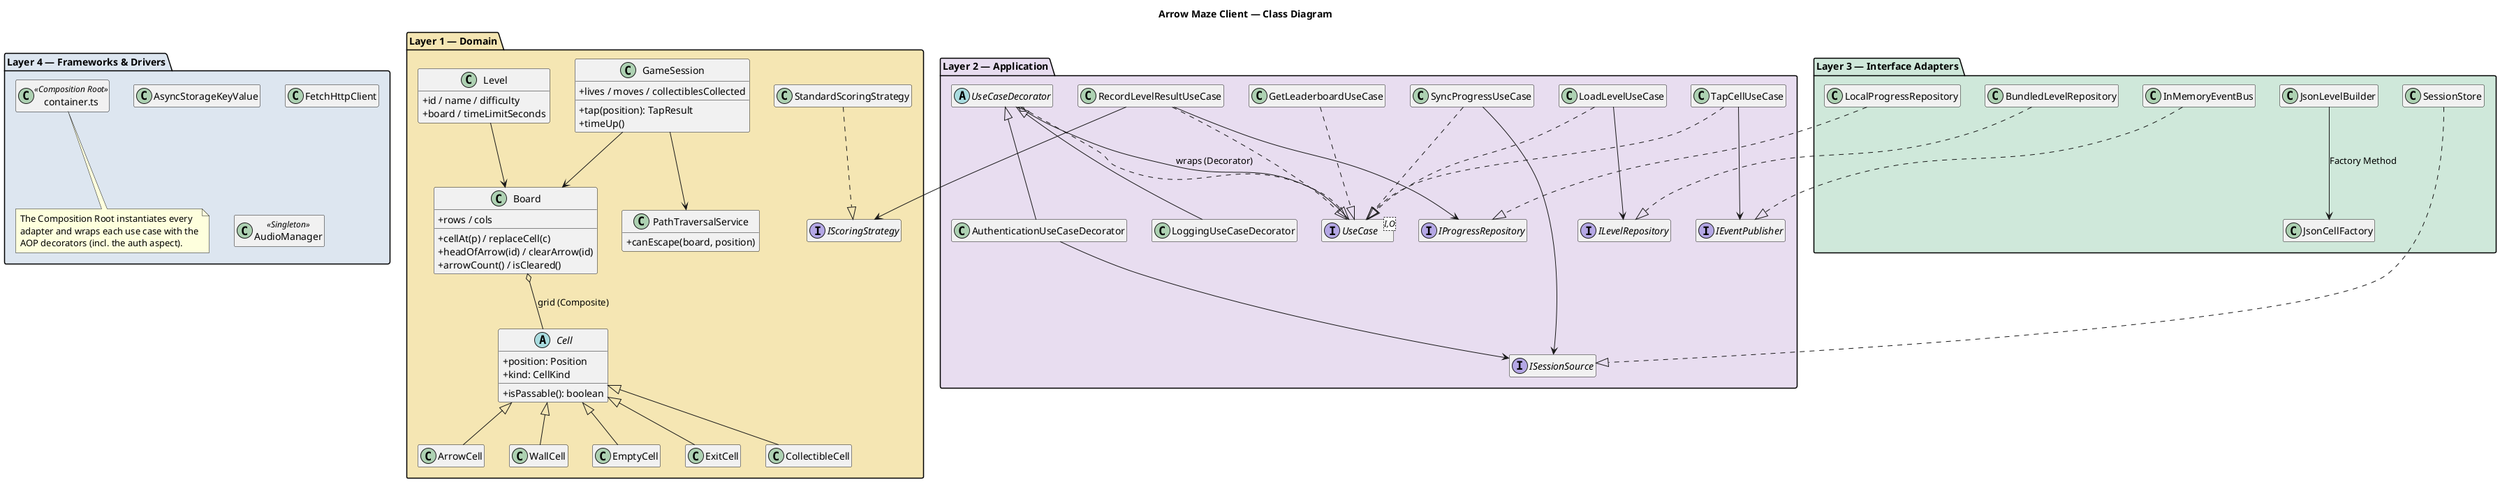
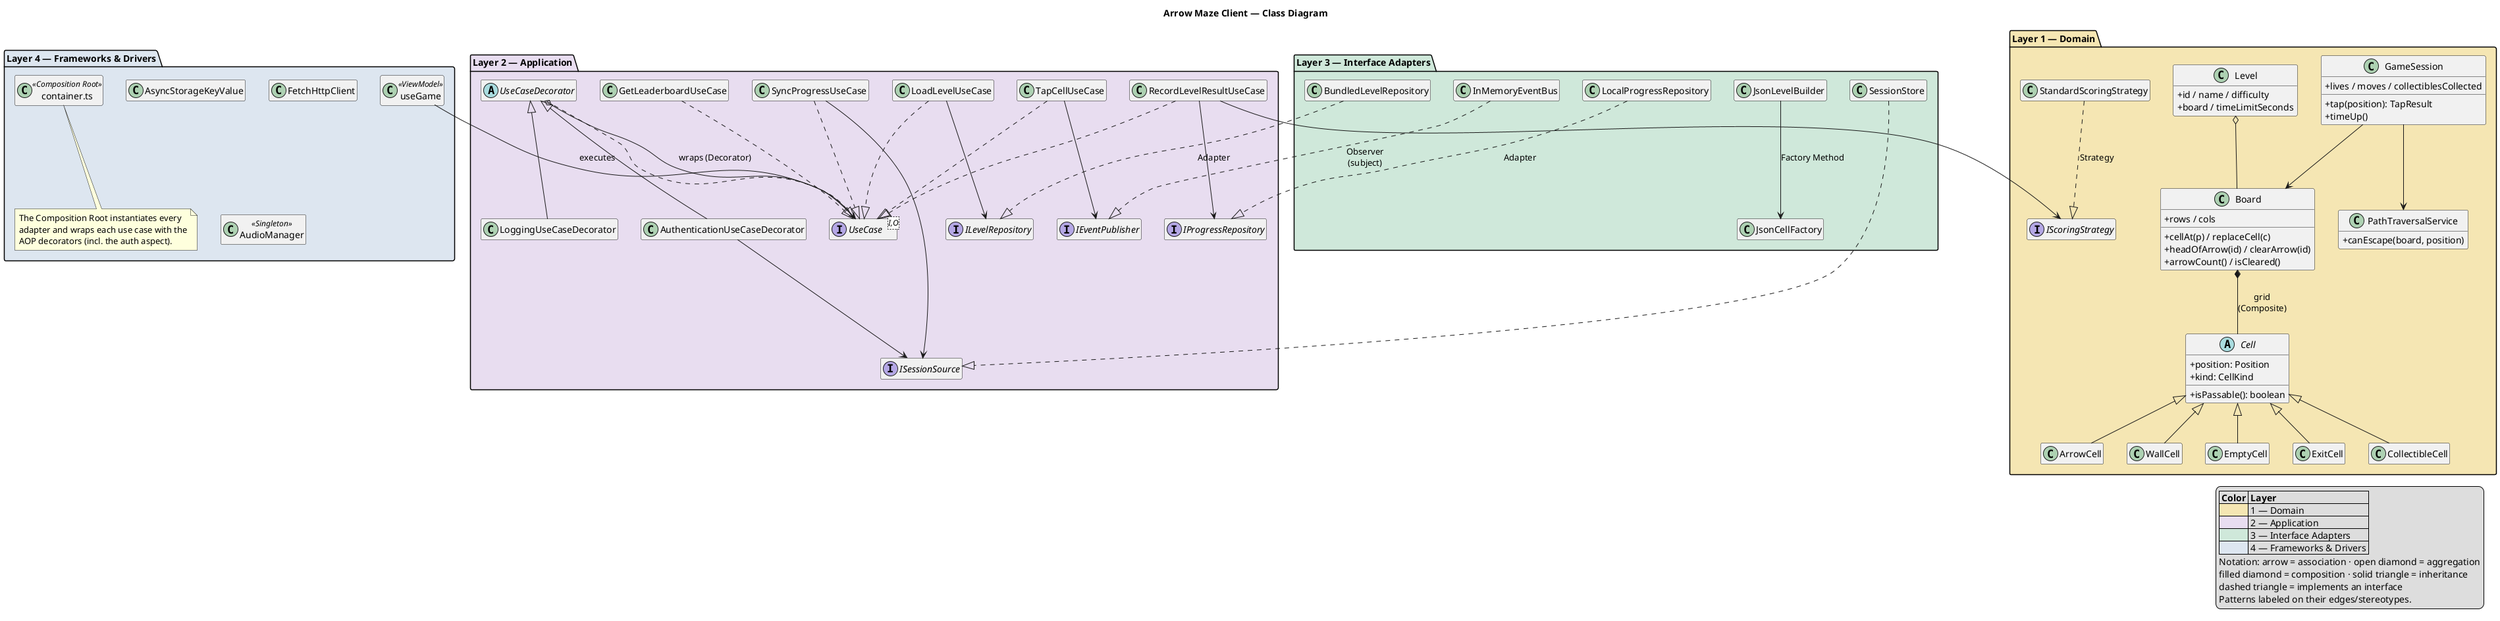
@startuml class-diagram
' Arrow Maze Client — Class diagram (architecture-significant classes)
' Editable source for docs/diagrams/class-diagram.png.
title Arrow Maze Client — Class Diagram

skinparam shadowing false
skinparam classAttributeIconSize 0
hide empty members

package "Layer 1 — Domain" #F5E6B3 {
  abstract class Cell {
    +position: Position
    +kind: CellKind
    +isPassable(): boolean
  }
  Cell <|-- ArrowCell
  Cell <|-- WallCell
  Cell <|-- EmptyCell
  Cell <|-- ExitCell
  Cell <|-- CollectibleCell

  class Board {
    +rows / cols
    +cellAt(p) / replaceCell(c)
    +headOfArrow(id) / clearArrow(id)
    +arrowCount() / isCleared()
  }
  class GameSession {
    +tap(position): TapResult
    +timeUp()
    +lives / moves / collectiblesCollected
  }
  class Level {
    +id / name / difficulty
    +board / timeLimitSeconds
  }
  class PathTraversalService {
    +canEscape(board, position)
  }
  interface IScoringStrategy
  class StandardScoringStrategy

-   Board o-- Cell : grid (Composite)
+   Board *-- Cell : grid\n(Composite)
  GameSession --> Board
  GameSession --> PathTraversalService
-   Level --> Board
-   StandardScoringStrategy ..|> IScoringStrategy
+   Level o-- Board
+   StandardScoringStrategy ..|> IScoringStrategy : Strategy
}

package "Layer 2 — Application" #E8DDF0 {
  interface "UseCase<I,O>" as UseCase
  interface ILevelRepository
  interface IProgressRepository
  interface IEventPublisher
  interface ISessionSource

  class TapCellUseCase
  class LoadLevelUseCase
  class RecordLevelResultUseCase
  class SyncProgressUseCase
  class GetLeaderboardUseCase

  abstract class UseCaseDecorator
  class AuthenticationUseCaseDecorator
  class LoggingUseCaseDecorator

  TapCellUseCase ..|> UseCase
  LoadLevelUseCase ..|> UseCase
  RecordLevelResultUseCase ..|> UseCase
  SyncProgressUseCase ..|> UseCase
  GetLeaderboardUseCase ..|> UseCase
  UseCaseDecorator ..|> UseCase
  UseCaseDecorator <|-- AuthenticationUseCaseDecorator
  UseCaseDecorator <|-- LoggingUseCaseDecorator
  UseCaseDecorator o-- UseCase : wraps (Decorator)

  LoadLevelUseCase --> ILevelRepository
  RecordLevelResultUseCase --> IScoringStrategy
  RecordLevelResultUseCase --> IProgressRepository
  TapCellUseCase --> IEventPublisher
  SyncProgressUseCase --> ISessionSource
  AuthenticationUseCaseDecorator --> ISessionSource
}

package "Layer 3 — Interface Adapters" #CFE8DA {
  class BundledLevelRepository
  class LocalProgressRepository
  class JsonCellFactory
  class JsonLevelBuilder
  class InMemoryEventBus
  class SessionStore

-   BundledLevelRepository ..|> ILevelRepository
-   LocalProgressRepository ..|> IProgressRepository
-   InMemoryEventBus ..|> IEventPublisher
+   BundledLevelRepository ..|> ILevelRepository : Adapter
+   LocalProgressRepository ..|> IProgressRepository : Adapter
+   InMemoryEventBus ..|> IEventPublisher : Observer\n(subject)
  SessionStore ..|> ISessionSource
  JsonLevelBuilder --> JsonCellFactory : Factory Method
}

package "Layer 4 — Frameworks & Drivers" #DDE6F0 {
  class AsyncStorageKeyValue
  class FetchHttpClient
  class AudioManager <<Singleton>>
+   class "useGame" as UseGame <<ViewModel>>
  class "container.ts" as Container <<Composition Root>>
+ 
+   UseGame --> UseCase : executes

  note as Layer3Note
    The Composition Root instantiates every
    adapter and wraps each use case with the
    AOP decorators (incl. the auth aspect).
  end note
  Container .. Layer3Note
}
+ 
+ legend right
+   |= Color |= Layer |
+   |<#F5E6B3> | 1 — Domain |
+   |<#E8DDF0> | 2 — Application |
+   |<#CFE8DA> | 3 — Interface Adapters |
+   |<#DDE6F0> | 4 — Frameworks & Drivers |
+   Notation: arrow = association · open diamond = aggregation
+   filled diamond = composition · solid triangle = inheritance
+   dashed triangle = implements an interface
+   Patterns labeled on their edges/stereotypes.
+ endlegend
@enduml
